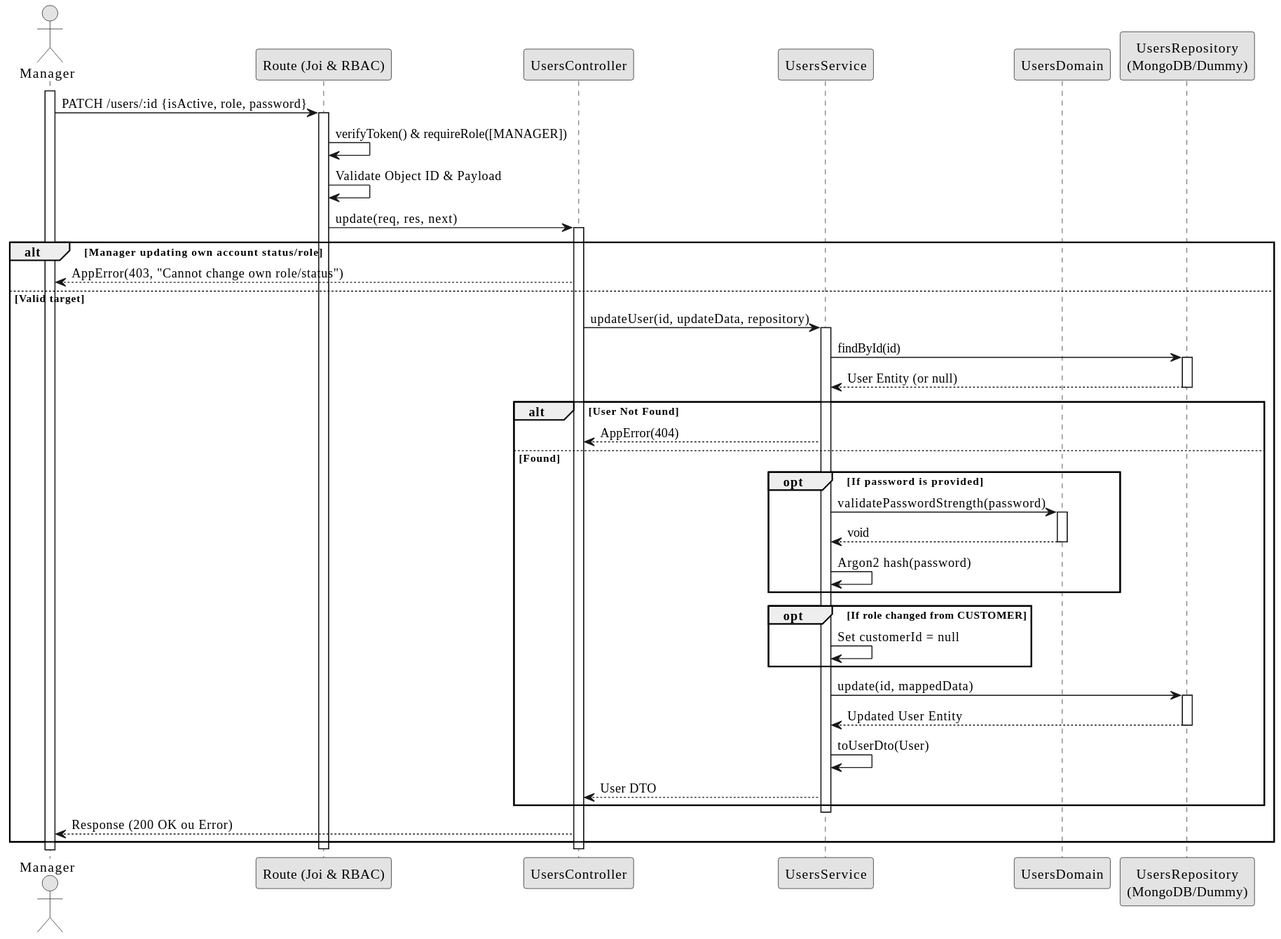
The PlantUML diagram docs/Sprint 1/1241176-Iva-Silva/bck01/UC3_Update_User_Design.svg in ivasduarte/laprizza, before a commit. Source of this version:
```plantuml
@startuml
skinparam monochrome true
skinparam packageStyle rect
skinparam defaultFontName FG Virgil
skinparam shadowing false

actor Manager
participant "Route (Joi & RBAC)" as route
participant "UsersController" as controller
participant "UsersService" as service
participant "UsersDomain" as domain
participant "UsersRepository\n(MongoDB/Dummy)" as repo

activate Manager
Manager -> route : PATCH /users/:id {isActive, role, password}
activate route

route -> route : verifyToken() & requireRole([MANAGER])
route -> route : Validate Object ID & Payload
route -> controller : update(req, res, next)
activate controller

alt Manager updating own account status/role
    controller --> Manager : AppError(403, "Cannot change own role/status")
else Valid target
    controller -> service : updateUser(id, updateData, repository)
    activate service

    service -> repo : findById(id)
    activate repo
    repo --> service : User Entity (or null)
    deactivate repo

    alt User Not Found
        service --> controller : AppError(404)
    else Found
        opt If password is provided
            service -> domain : validatePasswordStrength(password)
            activate domain
            domain --> service : void
            deactivate domain
            service -> service : Argon2 hash(password)
        end
        opt If role changed from CUSTOMER
            service -> service : Set customerId = null
        end

        service -> repo : update(id, mappedData)
        activate repo
        repo --> service : Updated User Entity
        deactivate repo

        service -> service : toUserDto(User)
        service --> controller : User DTO
    end
    deactivate service

    controller --> Manager : Response (200 OK ou Error)
end
deactivate controller
deactivate route
@enduml
```
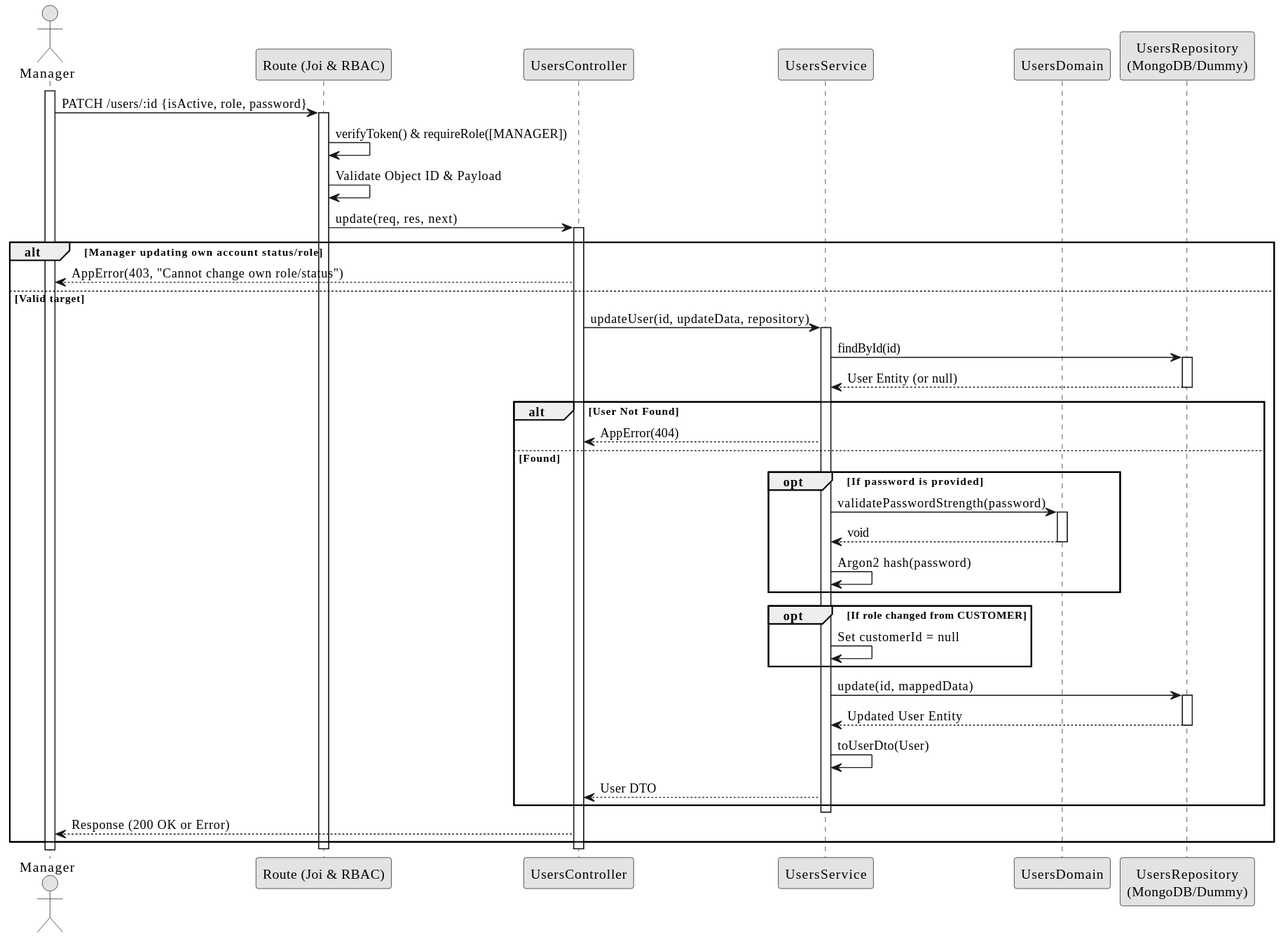
The same file after the commit.

Commit message:
docs(BCK01): add user authentication use cases and diagrams (#113)

What changed in the source:
```diff
@@ -55,7 +55,7 @@
     end
     deactivate service
 
-    controller --> Manager : Response (200 OK ou Error)
+    controller --> Manager : Response (200 OK or Error)
 end
 deactivate controller
 deactivate route
```
